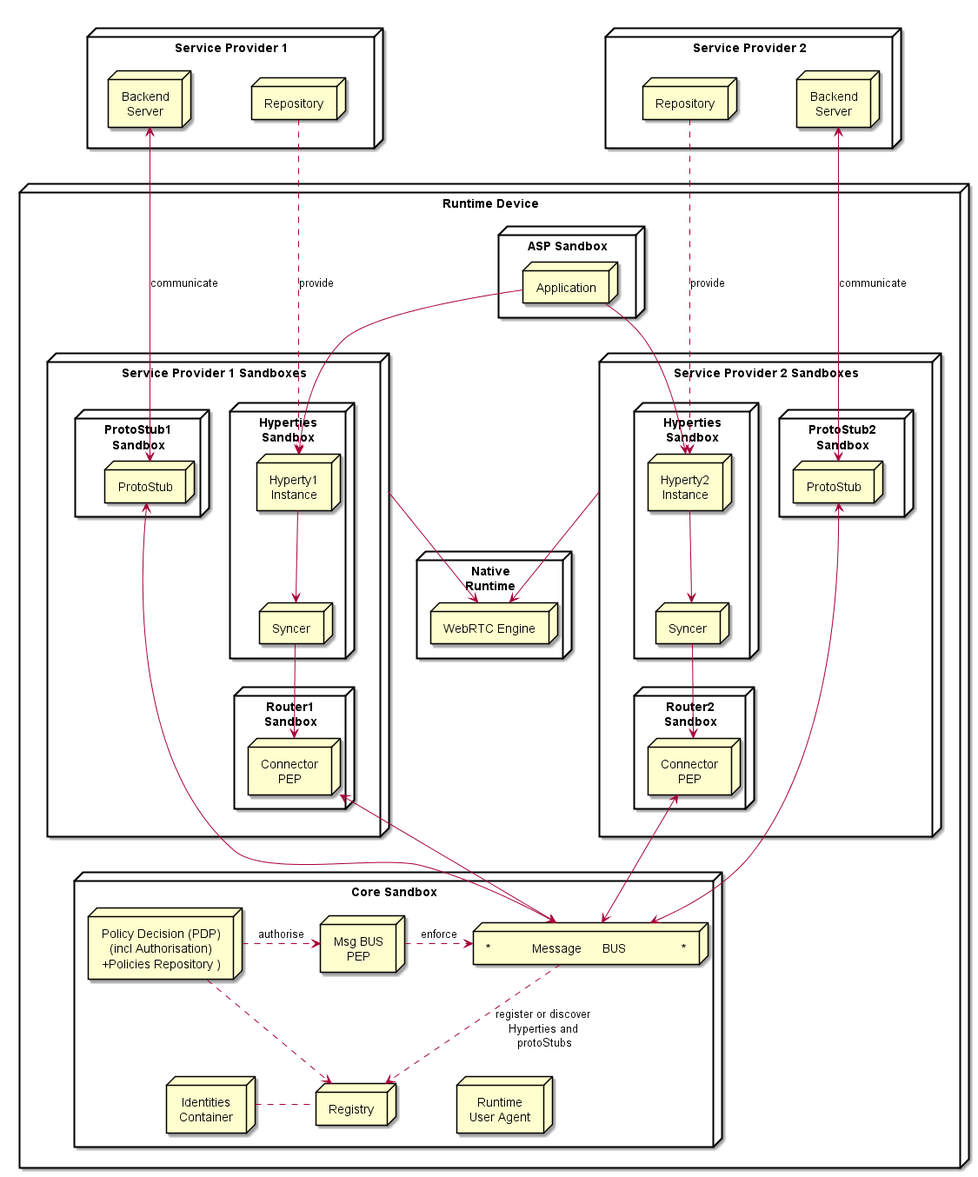
The PlantUML diagram docs/specs/runtime/Runtime_Architecture_new.png in reTHINK-project/core-framework, before a commit.
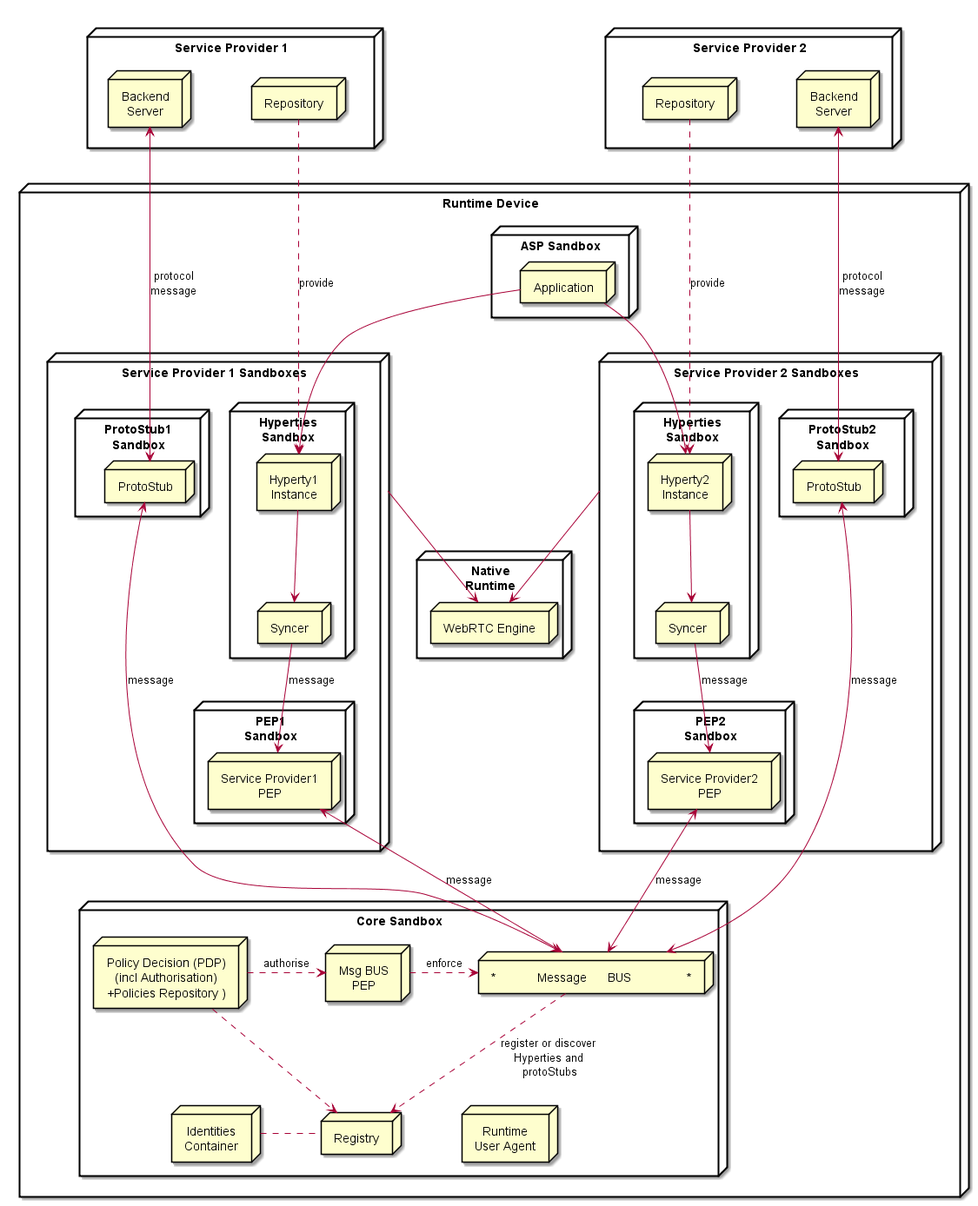
Later version of the same file.

Commit message:
runtime arch : info of interfaces where messages are used m2m context discovery use case

What changed in the source:
```diff
@@ -28,6 +28,8 @@
  node "Service Provider 1 Sandboxes" as SP1Sand {
 
  node "Hyperties\nSandbox" as H1Sand {
+
+
 	 node "Hyperty1\nInstance" as H1
 	 node "Syncer" as Sync1
 	 H1 -down-> Sync1
@@ -38,11 +40,12 @@
 	 node "ProtoStub" as Proto1
  }
 
- node "Router1\nSandbox" as PEP1Sand {
-	 node "Connector\nPEP" as PEP1
+ node "PEP1\nSandbox" as PEP1Sand {
+	 node "Service Provider1\nPEP" as PEP1
  }
 
-  Sync1 -> PEP1
+
+  Sync1 -> PEP1 : message
 
 
  }
@@ -55,8 +58,8 @@
 	 H2 -down-> Sync2
 	 }
 
- node "Router2\nSandbox" as PEP2Sand {
-	 node "Connector\nPEP" as PEP2
+ node "PEP2\nSandbox" as PEP2Sand {
+	 node "Service Provider2\nPEP" as PEP2
 	 }
 
  node "ProtoStub2\nSandbox" as Proto2Sand {
@@ -65,7 +68,7 @@
   }
 
 
-  Sync2 -> PEP2
+  Sync2 -> PEP2 : message
 
  }
 
@@ -78,9 +81,9 @@
 
 Repo2 ..down-> H2: provide
 
-Msg1 <-down-> Proto1 : communicate
+Msg1 <-down-> Proto1 : protocol\nmessage
 
-Msg2 <-down-> Proto2 : communicate
+Msg2 <-down-> Proto2 : protocol\nmessage
 
 node "Core Sandbox" as core {
 
@@ -105,9 +108,9 @@
 
 }
 
- Bus <-up-> Proto1
+ Bus <-up-> Proto1 : message
 
- Bus <-up-> Proto2
+ Bus <-up-> Proto2 : message
 
  BusPEP ..right-> Bus : enforce
 
@@ -115,9 +118,9 @@
 
  PDP .down-> Reg
 
- PEP1 <-down-> Bus
+ PEP1 <-down-> Bus : message
 
- PEP2 <-down-> Bus
+ PEP2 <-down-> Bus : message
 
  Reg .left. ID
 
```
